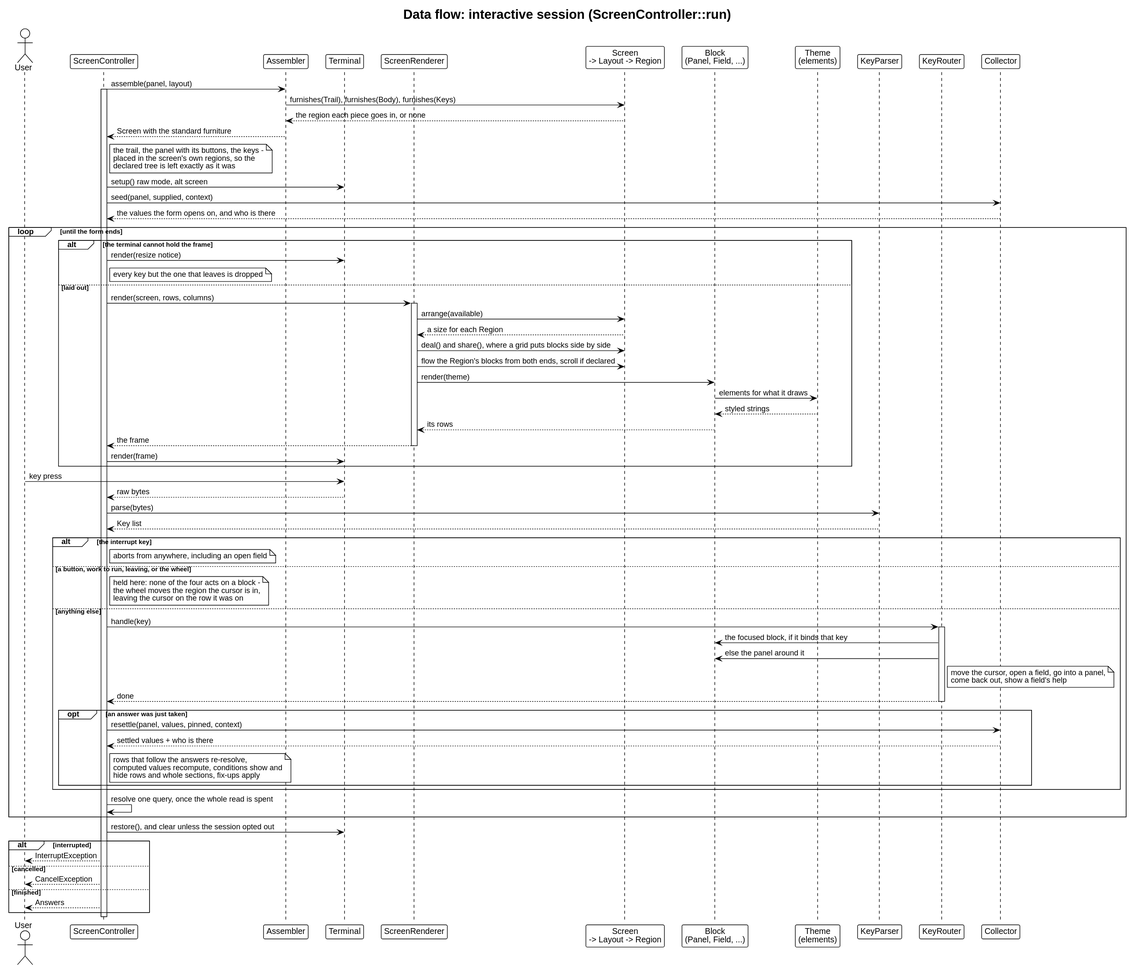
This is docs/architecture/dataflow-tui.svg from drevops/phptui, a PlantUML export, as it was before one commit.
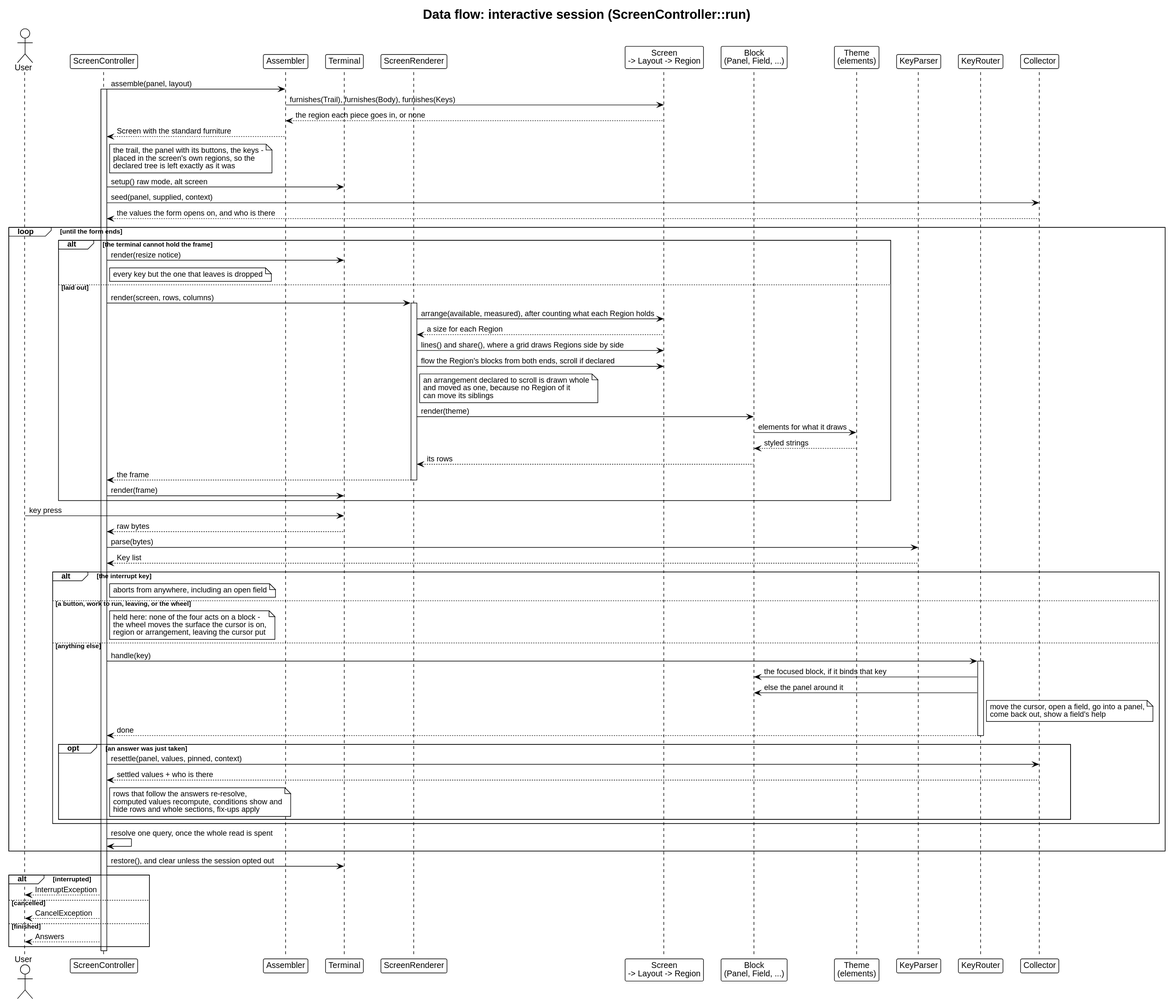
After the change.

Change to the diagram source:
```diff
@@ -35,10 +35,11 @@
   else laid out
     SC -> SR: render(screen, rows, columns)
     activate SR
-    SR -> Screen: arrange(available)
+    SR -> Screen: arrange(available, measured), after counting what each Region holds
     Screen --> SR: a size for each Region
-    SR -> Screen: deal() and share(), where a grid puts blocks side by side
+    SR -> Screen: lines() and share(), where a grid draws Regions side by side
     SR -> Screen: flow the Region's blocks from both ends, scroll if declared
+    note right of SR: an arrangement declared to scroll is drawn whole\nand moved as one, because no Region of it\ncan move its siblings
     SR -> Block: render(theme)
     Block -> Theme: elements for what it draws
     Theme --> Block: styled strings
@@ -56,7 +57,7 @@
   alt the interrupt key
     note right of SC: aborts from anywhere, including an open field
   else a button, work to run, leaving, or the wheel
-    note right of SC: held here: none of the four acts on a block -\nthe wheel moves the region the cursor is in,\nleaving the cursor on the row it was on
+    note right of SC: held here: none of the four acts on a block -\nthe wheel moves the surface the cursor is on,\nregion or arrangement, leaving the cursor put
   else anything else
     SC -> KR: handle(key)
     activate KR
```
